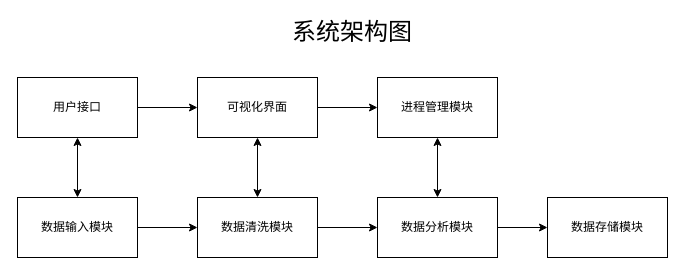
The draw.io diagram 医疗进程图.drawio in GGui20/yljc, before the edit. Source tidied: cells renumbered, new cells numbered last; positions are measured from the earlier drawing's top-left corner, leaving out a move shared by most shapes. Both pictures are drawn from the tidied source at 100%, with x=0, y=0 at pixel (17, 17).
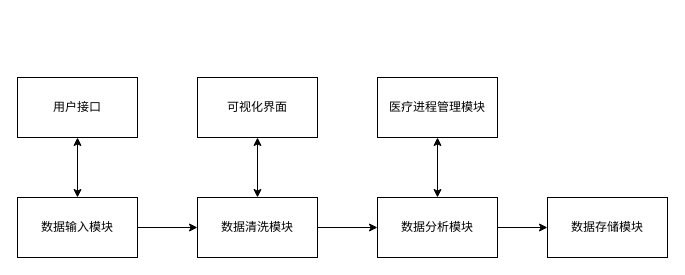
The same diagram, later.

Commit message (it also covers changes not shown here):
更新医疗进程图.drawio

Diff of the diagram source:
```diff
@@
 <mxGraphModel>
   <root>
     <mxCell id="0" />
     <mxCell id="1" parent="0" />
     <mxCell id="2" style="edgeStyle=orthogonalEdgeStyle;rounded=0;jettySize=auto;html=1;" parent="1" edge="1" source="3" target="9">
       <mxGeometry relative="1" as="geometry" />
     </mxCell>
     <mxCell id="3" value="数据输入模块" style="rounded=0;whiteSpace=wrap;html=1;" parent="1" vertex="1">
       <mxGeometry y="180" width="120" height="60" as="geometry" />
     </mxCell>
-    <mxCell id="4" style="edgeStyle=orthogonalEdgeStyle;rounded=0;jettySize=auto;html=1;" parent="1" edge="1" source="5" target="7">
-      <mxGeometry relative="1" as="geometry" />
-    </mxCell>
     <mxCell id="5" value="用户接口" style="rounded=0;whiteSpace=wrap;html=1;" parent="1" vertex="1">
       <mxGeometry y="60" width="120" height="60" as="geometry" />
     </mxCell>
-    <mxCell id="6" style="edgeStyle=orthogonalEdgeStyle;rounded=0;jettySize=auto;html=1;" parent="1" edge="1" source="7" target="11">
-      <mxGeometry relative="1" as="geometry" />
-    </mxCell>
     <mxCell id="7" value="可视化界面" style="rounded=0;whiteSpace=wrap;html=1;" parent="1" vertex="1">
       <mxGeometry x="180" y="60" width="120" height="60" as="geometry" />
     </mxCell>
     <mxCell id="8" style="edgeStyle=orthogonalEdgeStyle;rounded=0;jettySize=auto;html=1;" parent="1" edge="1" source="9" target="13">
       <mxGeometry relative="1" as="geometry" />
     </mxCell>
     <mxCell id="9" value="数据清洗模块" style="rounded=0;whiteSpace=wrap;html=1;" parent="1" vertex="1">
       <mxGeometry x="180" y="180" width="120" height="60" as="geometry" />
     </mxCell>
     <mxCell id="10" value="数据存储模块" style="rounded=0;whiteSpace=wrap;html=1;" parent="1" vertex="1">
       <mxGeometry x="530" y="180" width="120" height="60" as="geometry" />
     </mxCell>
-    <mxCell id="11" value="进程管理模块" style="rounded=0;whiteSpace=wrap;html=1;" parent="1" vertex="1">
+    <mxCell id="11" value="医疗进程管理模块" style="rounded=0;whiteSpace=wrap;html=1;" parent="1" vertex="1">
       <mxGeometry x="360" y="60" width="120" height="60" as="geometry" />
     </mxCell>
     <mxCell id="12" style="edgeStyle=orthogonalEdgeStyle;rounded=0;jettySize=auto;html=1;" parent="1" edge="1" source="13" target="10">
       <mxGeometry relative="1" as="geometry" />
     </mxCell>
     <mxCell id="13" value="数据分析模块" style="rounded=0;whiteSpace=wrap;html=1;" parent="1" vertex="1">
       <mxGeometry x="360" y="180" width="120" height="60" as="geometry" />
     </mxCell>
     <mxCell id="14" style="endArrow=classic;startArrow=classic;html=1;rounded=0;entryX=0.5;entryY=1;entryDx=0;entryDy=0;exitX=0.5;exitY=0;exitDx=0;exitDy=0;" parent="1" edge="1" source="3" target="5">
       <mxGeometry relative="1" as="geometry" />
     </mxCell>
     <mxCell id="15" style="endArrow=classic;startArrow=classic;html=1;rounded=0;entryX=0.5;entryY=1;entryDx=0;entryDy=0;exitX=0.5;exitY=0;exitDx=0;exitDy=0;" parent="1" edge="1" source="9" target="7">
       <mxGeometry relative="1" as="geometry" />
     </mxCell>
     <mxCell id="16" style="endArrow=classic;startArrow=classic;html=1;rounded=0;entryX=0.5;entryY=1;entryDx=0;entryDy=0;exitX=0.5;exitY=0;exitDx=0;exitDy=0;" parent="1" edge="1" source="13" target="11">
       <mxGeometry relative="1" as="geometry" />
     </mxCell>
-    <mxCell id="17" value="&lt;font style=&quot;font-size: 24px;&quot;&gt;系统架构图&lt;/font&gt;" style="text;html=1;align=center;verticalAlign=middle;whiteSpace=wrap;rounded=0;" parent="1" vertex="1">
-      <mxGeometry x="240" width="190" height="30" as="geometry" />
-    </mxCell>
   </root>
 </mxGraphModel>
```
